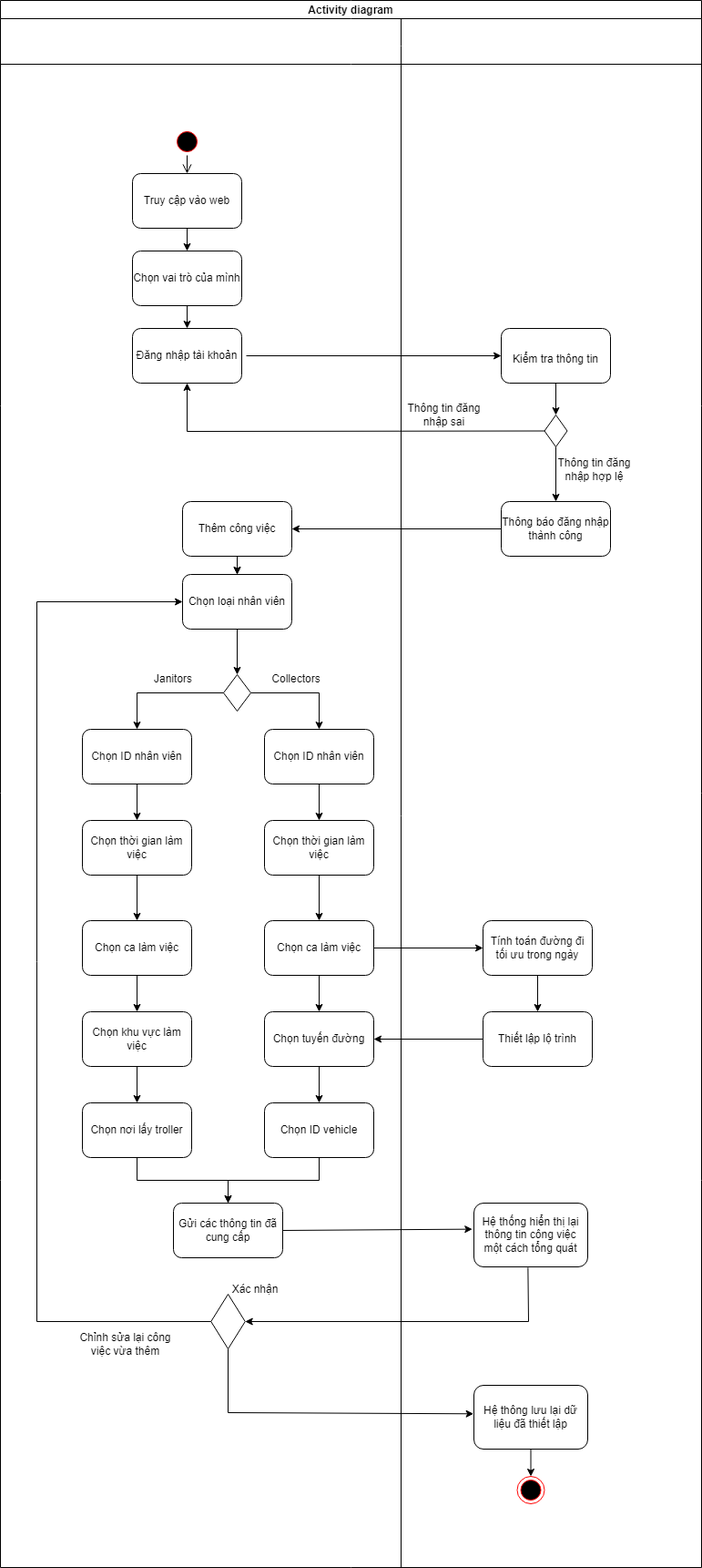
Above: System Modeling/Activity diagram for Back officers.drawio.png in diyuenji/SE_assignment (draw.io), before the change. Source tidied: cells renumbered, new cells last; positions are measured from the earlier drawing's top-left corner, leaving out a move shared by most shapes.
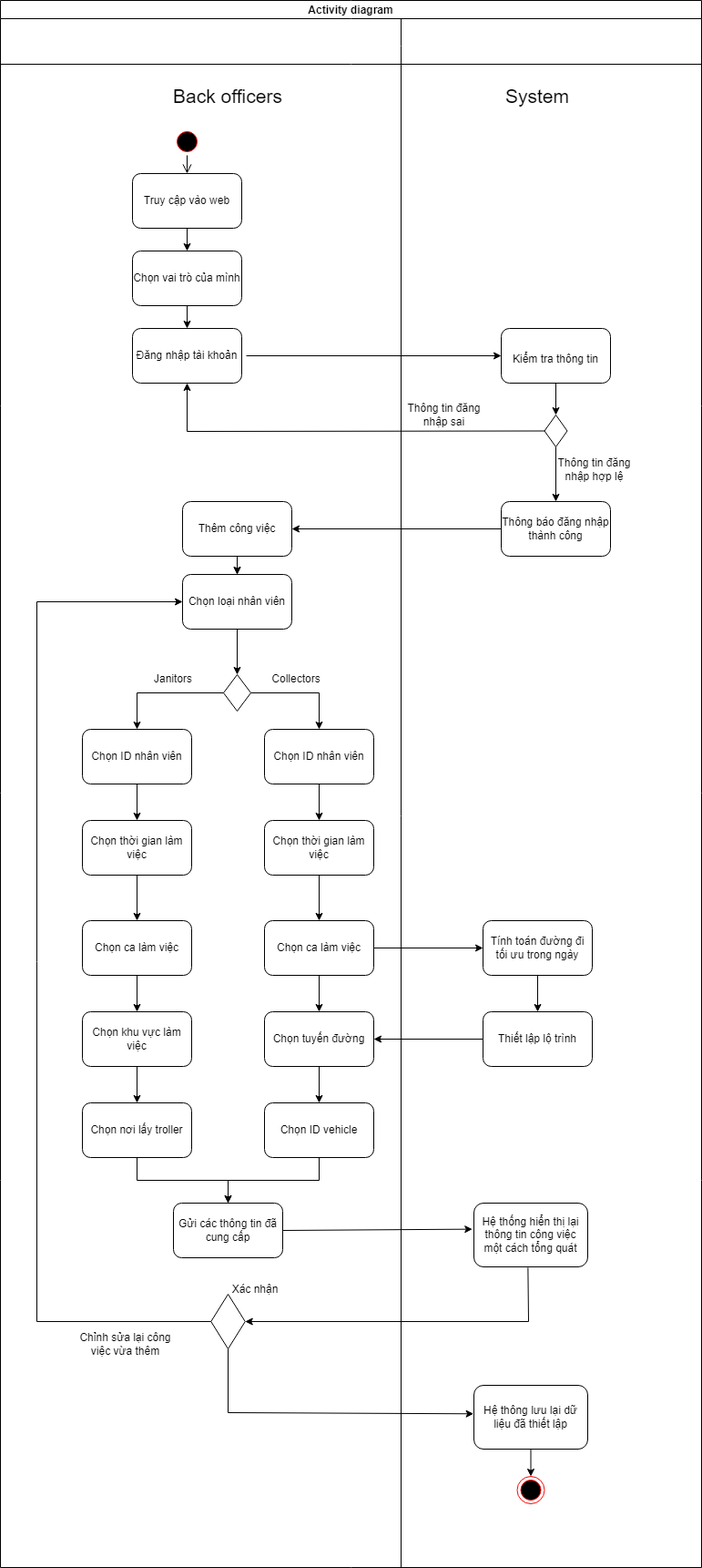
After the commit.

Change to the diagram source:
```diff
@@ -44,6 +44,9 @@
     <mxCell id="15" value="&lt;font style=&quot;font-size: 12px;&quot;&gt;Kiểm tra thông tin&lt;/font&gt;" style="rounded=1;whiteSpace=wrap;html=1;fontSize=21;fillColor=#FFFFFF;" parent="1" vertex="1">
       <mxGeometry x="550" y="360" width="120" height="60" as="geometry" />
     </mxCell>
+    <mxCell id="76" value="&lt;font style=&quot;font-size: 21px;&quot;&gt;&lt;font style=&quot;font-size: 21px;&quot;&gt;Back officers&lt;/font&gt;&lt;/font&gt;" style="text;html=1;strokeColor=none;fillColor=none;align=center;verticalAlign=middle;whiteSpace=wrap;rounded=0;fontSize=21;" parent="1" vertex="1">
+      <mxGeometry x="145" y="90" width="210" height="30" as="geometry" />
+    </mxCell>
     <mxCell id="16" style="ellipse;html=1;shape=startState;fillColor=#000000;strokeColor=#ff0000;fontSize=21;" parent="1" vertex="1">
       <mxGeometry x="190" y="140" width="30" height="30" as="geometry" />
     </mxCell>
@@ -58,6 +61,9 @@
     <mxCell id="19" value="Truy cập vào web" style="rounded=1;whiteSpace=wrap;html=1;fillColor=#FFFFFF;" parent="1" vertex="1">
       <mxGeometry x="145" y="190" width="120" height="60" as="geometry" />
     </mxCell>
+    <mxCell id="77" value="System" style="text;html=1;strokeColor=none;fillColor=none;align=center;verticalAlign=middle;whiteSpace=wrap;rounded=0;fontSize=21;" parent="1" vertex="1">
+      <mxGeometry x="470" y="50" width="240" height="110" as="geometry" />
+    </mxCell>
     <mxCell id="20" value="Thông báo đăng nhập thành công" style="rounded=1;whiteSpace=wrap;html=1;fontSize=12;fillColor=#FFFFFF;" parent="1" vertex="1">
       <mxGeometry x="550" y="550" width="120" height="60" as="geometry" />
     </mxCell>
```
